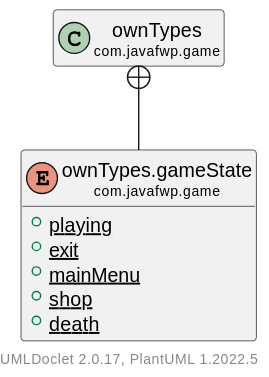
SenpaiSimon/Java-FWP-AI-B6-Projekt keeps this PlantUML diagram as javadoc/apidocs/com/javafwp/game/ownTypes.gameState.svg. Above is the earlier version. The source it was exported from:
```plantuml
@startuml
    set namespaceSeparator none
    hide empty fields
    hide empty methods

    enum "<size:14>ownTypes.gameState\n<size:10>com.javafwp.game" as com.javafwp.game.ownTypes.gameState [[ownTypes.gameState.html]] {
        {static} +playing
        {static} +exit
        {static} +mainMenu
        {static} +shop
        {static} +death
    }

    class "<size:14>ownTypes\n<size:10>com.javafwp.game" as com.javafwp.game.ownTypes [[ownTypes.html]]

    com.javafwp.game.ownTypes +-- com.javafwp.game.ownTypes.gameState

    center footer UMLDoclet 2.0.17, PlantUML 1.2022.5
@enduml
```
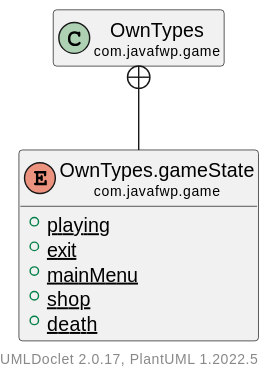
After the change.

The edit, as a diff of the source:
```diff
@@ -3,7 +3,7 @@
     hide empty fields
     hide empty methods
 
-    enum "<size:14>ownTypes.gameState\n<size:10>com.javafwp.game" as com.javafwp.game.ownTypes.gameState [[ownTypes.gameState.html]] {
+    enum "<size:14>OwnTypes.gameState\n<size:10>com.javafwp.game" as com.javafwp.game.OwnTypes.gameState [[ownTypes.gameState.html]] {
         {static} +playing
         {static} +exit
         {static} +mainMenu
@@ -11,9 +11,9 @@
         {static} +death
     }
 
-    class "<size:14>ownTypes\n<size:10>com.javafwp.game" as com.javafwp.game.ownTypes [[ownTypes.html]]
+    class "<size:14>OwnTypes\n<size:10>com.javafwp.game" as com.javafwp.game.OwnTypes [[ownTypes.html]]
 
-    com.javafwp.game.ownTypes +-- com.javafwp.game.ownTypes.gameState
+    com.javafwp.game.OwnTypes +-- com.javafwp.game.OwnTypes.gameState
 
     center footer UMLDoclet 2.0.17, PlantUML 1.2022.5
 @enduml
```
